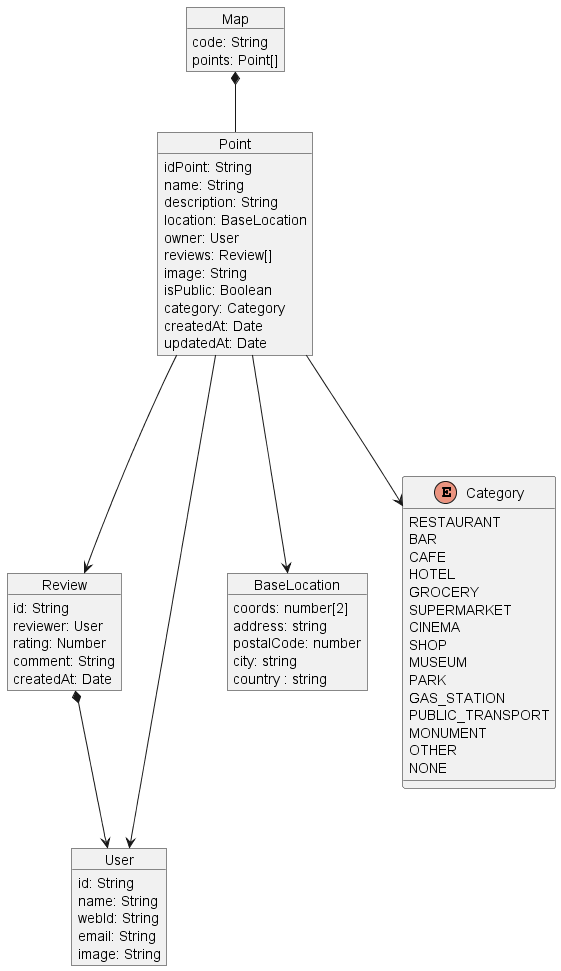
The PlantUML diagram images/ModeloDeDominio.png in Arquisoft/lomap_es5a, before a commit.
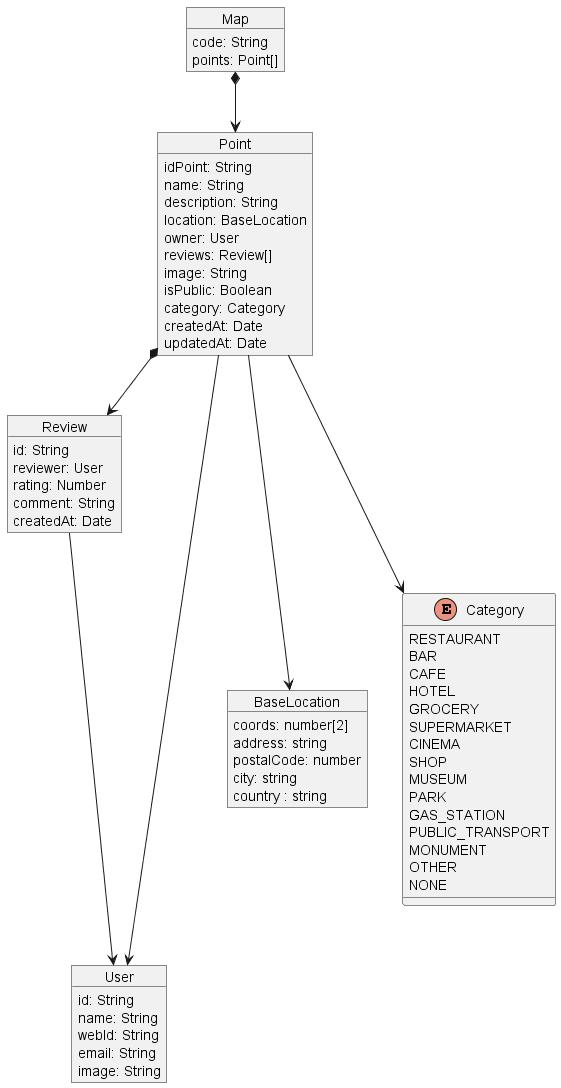
Above is the later version.

Diff of the diagram source:
```diff
@@ -62,10 +62,10 @@
     NONE
 }
 
-Map*--Point
-Point--->Review
+Map*-->Point
+Point*-->Review
 Point--->User
-Review*-->User
+Review--->User
 Point--->BaseLocation
 Point--->Category
 
```
